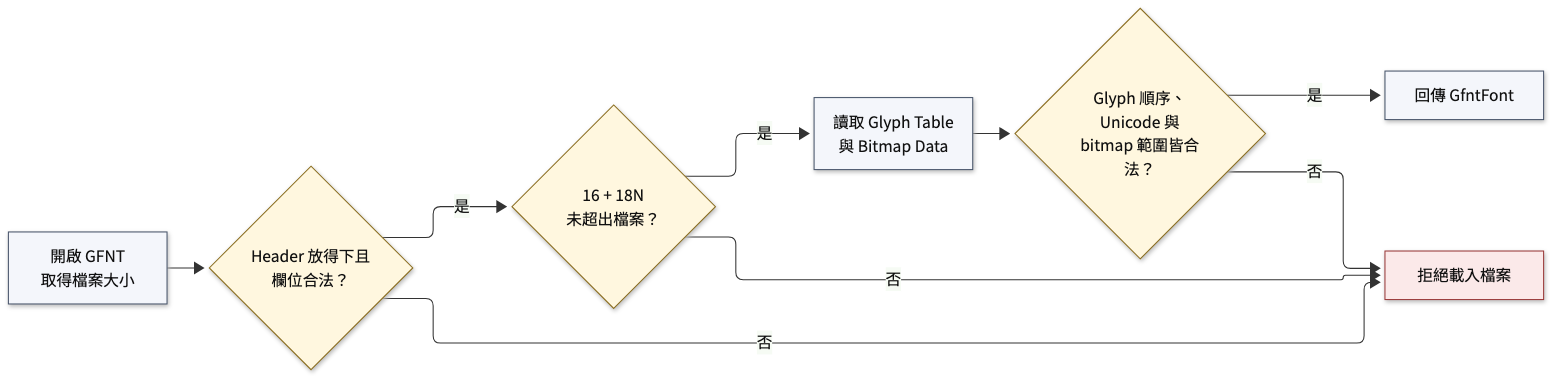
Before: docs/figures/app_b_gfnt-loader-validation.png, a diagram exported from Mermaid (YuanOwO/CG-hw1-paint). Its source is kept beside it as docs/figures-src/app_b_gfnt-loader-validation.mmd. The source it was exported from:
```mermaid
flowchart LR
    open[開啟 GFNT<br/>取得檔案大小] --> header{Header 放得下且<br/>欄位合法？}
    header -- 是 --> table{16 + 18N<br/>未超出檔案？}
    table -- 是 --> data[讀取 Glyph Table<br/>與 Bitmap Data]
    data --> glyphs{Glyph 順序、Unicode 與<br/>bitmap 範圍皆合法？}
    glyphs -- 是 --> ready[回傳 GfntFont]
    header -- 否 --> reject[拒絕載入檔案]
    table -- 否 --> reject
    glyphs -- 否 --> reject

    classDef step fill:#f4f6fb,stroke:#49566b,color:#111,stroke-width:1px;
    classDef decision fill:#fff7df,stroke:#8a6d1f,color:#111,stroke-width:1px;
    classDef bad fill:#fbe9e9,stroke:#9b3b3b,color:#111,stroke-width:1px;
    class open,data,ready step;
    class header,table,glyphs decision;
    class reject bad;
```
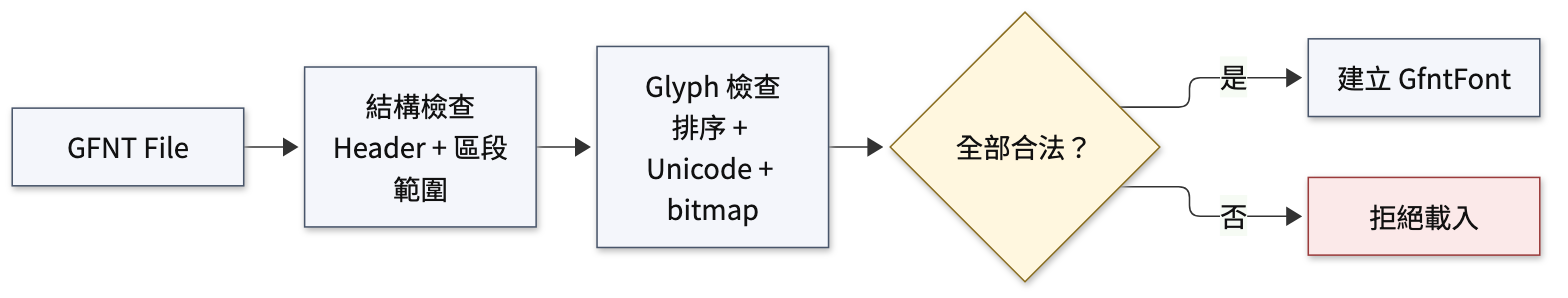
The same file after the commit.

Change to the diagram source:
```diff
@@ -1,16 +1,13 @@
 flowchart LR
-    open[開啟 GFNT<br/>取得檔案大小] --> header{Header 放得下且<br/>欄位合法？}
-    header -- 是 --> table{16 + 18N<br/>未超出檔案？}
-    table -- 是 --> data[讀取 Glyph Table<br/>與 Bitmap Data]
-    data --> glyphs{Glyph 順序、Unicode 與<br/>bitmap 範圍皆合法？}
-    glyphs -- 是 --> ready[回傳 GfntFont]
-    header -- 否 --> reject[拒絕載入檔案]
-    table -- 否 --> reject
-    glyphs -- 否 --> reject
+    file[GFNT File] --> structure[結構檢查<br/>Header + 區段範圍]
+    structure --> glyphs[Glyph 檢查<br/>排序 + Unicode + bitmap]
+    glyphs --> valid{全部合法？}
+    valid -- 是 --> ready[建立 GfntFont]
+    valid -- 否 --> reject[拒絕載入]
 
     classDef step fill:#f4f6fb,stroke:#49566b,color:#111,stroke-width:1px;
     classDef decision fill:#fff7df,stroke:#8a6d1f,color:#111,stroke-width:1px;
     classDef bad fill:#fbe9e9,stroke:#9b3b3b,color:#111,stroke-width:1px;
-    class open,data,ready step;
-    class header,table,glyphs decision;
+    class file,structure,glyphs,ready step;
+    class valid decision;
     class reject bad;
```
